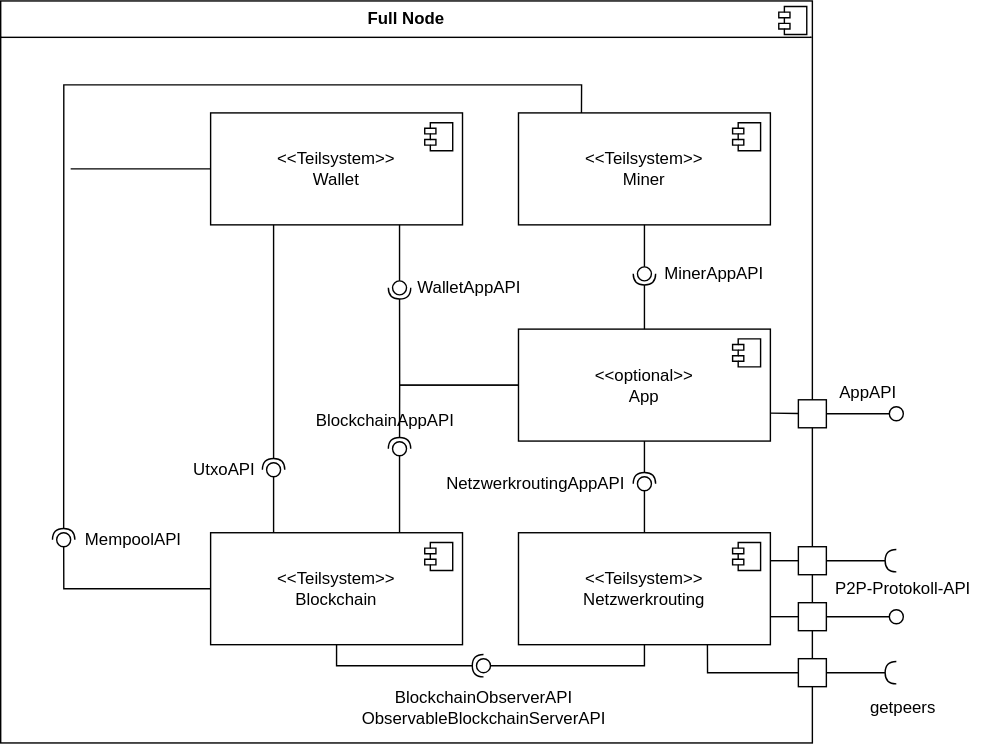
The draw.io diagram docs/arc42/arc42-MinerNetwork/images/Layer 2.drawio.svg in bjoern621/VSP-Blockchain, before a commit. Source tidied: cells renumbered, new cells last; positions are measured from the earlier drawing's top-left corner, leaving out a move shared by most shapes.
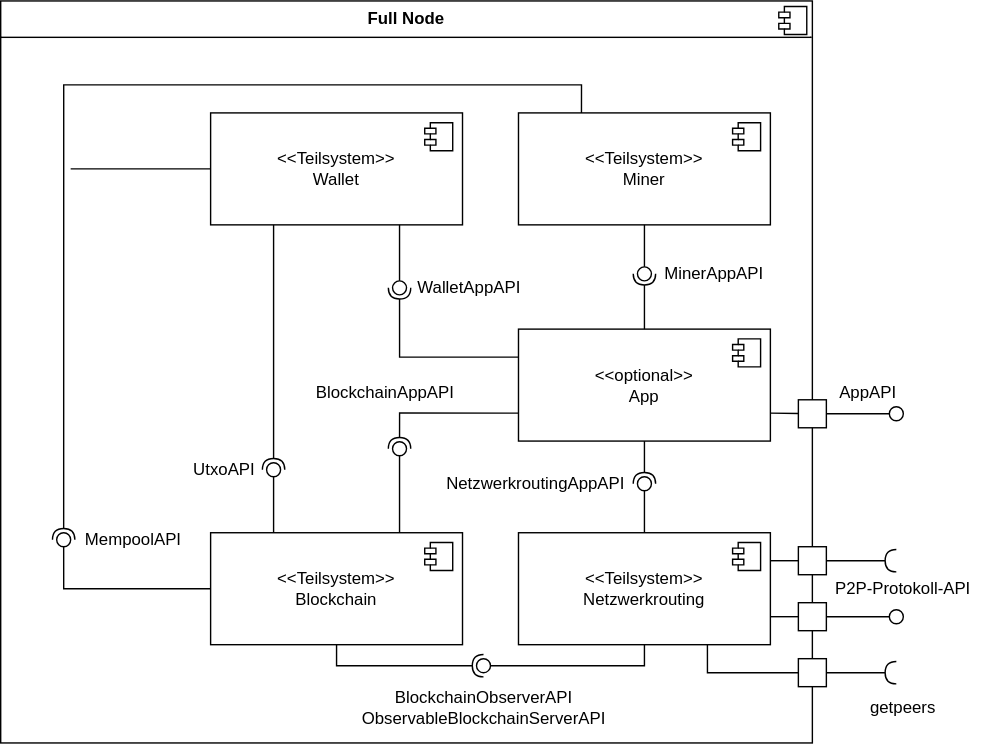
The same file after the commit.

The edit, as a diff of the source:
```diff
@@ -148,7 +148,7 @@
     <mxCell id="38" value="BlockchainObserverAPI&lt;div&gt;ObservableBlockchainServerAPI&lt;/div&gt;" style="text;html=1;whiteSpace=wrap;strokeColor=none;fillColor=none;align=center;verticalAlign=middle;rounded=0;" parent="1" vertex="1">
       <mxGeometry x="247.5" y="490" width="195" height="30" as="geometry" />
     </mxCell>
-    <mxCell id="39" style="rounded=0;jettySize=auto;html=1;endArrow=halfCircle;endFill=0;endSize=6;strokeWidth=1;sketch=0;exitX=0;exitY=0.5;exitDx=0;exitDy=0;edgeStyle=orthogonalEdgeStyle;" parent="1" edge="1" source="19" target="41">
+    <mxCell id="39" style="rounded=0;jettySize=auto;html=1;endArrow=halfCircle;endFill=0;endSize=6;strokeWidth=1;sketch=0;exitX=0;exitY=0.25;exitDx=0;exitDy=0;edgeStyle=orthogonalEdgeStyle;" parent="1" edge="1" source="19" target="41">
       <mxGeometry relative="1" as="geometry" />
     </mxCell>
     <mxCell id="40" style="rounded=0;jettySize=auto;html=1;endArrow=oval;endFill=0;sketch=0;sourcePerimeterSpacing=0;targetPerimeterSpacing=0;endSize=10;exitX=0.75;exitY=1;exitDx=0;exitDy=0;" parent="1" edge="1" source="10" target="41">
@@ -172,10 +172,10 @@
     <mxCell id="46" value="NetzwerkroutingAppAPI" style="text;html=1;whiteSpace=wrap;strokeColor=none;fillColor=none;align=center;verticalAlign=middle;rounded=0;" parent="1" vertex="1">
       <mxGeometry x="310" y="330" width="145" height="30" as="geometry" />
     </mxCell>
-    <mxCell id="47" style="rounded=0;jettySize=auto;html=1;endArrow=halfCircle;endFill=0;endSize=6;strokeWidth=1;sketch=0;exitX=0;exitY=0.5;exitDx=0;exitDy=0;edgeStyle=orthogonalEdgeStyle;" parent="1" edge="1" source="19" target="49">
+    <mxCell id="47" style="rounded=0;jettySize=auto;html=1;endArrow=halfCircle;endFill=0;endSize=6;strokeWidth=1;sketch=0;exitX=0;exitY=0.75;exitDx=0;exitDy=0;edgeStyle=orthogonalEdgeStyle;" parent="1" edge="1" source="19" target="49">
       <mxGeometry relative="1" as="geometry">
         <Array as="points">
-          <mxPoint x="285" y="274" />
+          <mxPoint x="285" y="295" />
         </Array>
       </mxGeometry>
     </mxCell>
@@ -186,7 +186,7 @@
       <mxGeometry x="280" y="315" width="10" height="10" as="geometry" />
     </mxCell>
     <mxCell id="50" value="BlockchainAppAPI" style="text;html=1;whiteSpace=wrap;strokeColor=none;fillColor=none;align=center;verticalAlign=middle;rounded=0;" parent="1" vertex="1">
-      <mxGeometry x="220" y="285" width="110" height="30" as="geometry" />
+      <mxGeometry x="220" y="265" width="110" height="30" as="geometry" />
     </mxCell>
     <mxCell id="51" value="MinerAppAPI" style="text;html=1;whiteSpace=wrap;strokeColor=none;fillColor=none;align=center;verticalAlign=middle;rounded=0;" parent="1" vertex="1">
       <mxGeometry x="465" y="180" width="90" height="30" as="geometry" />
```
